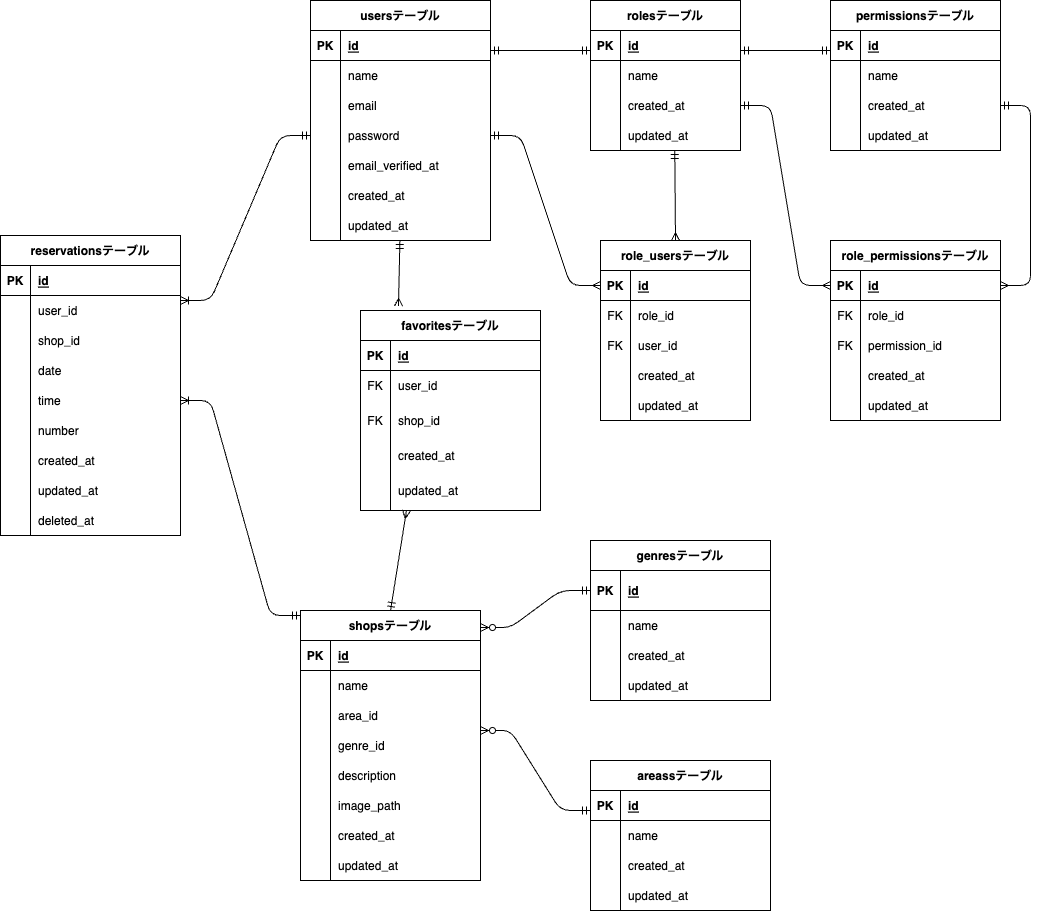
kngshi/sim_rese keeps this draw.io diagram as src/erd.drawio.png. Above is the earlier version. Source tidied: cells renumbered, new cells last; positions are measured from the earlier drawing's top-left corner, leaving out a move shared by most shapes.
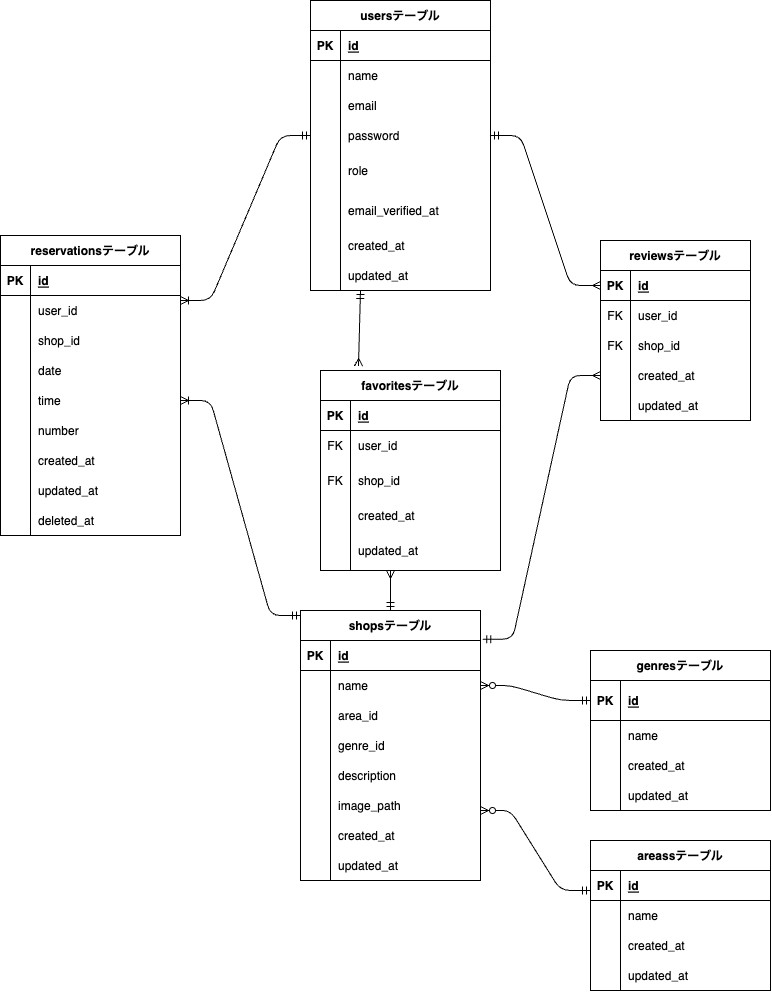
Above is the later version.

What changed in the source:
```diff
@@ -5,3 +5,3 @@
     <mxCell id="2" value="usersテーブル" style="shape=table;startSize=30;rowLines=0;fontStyle=1;align=center;" parent="1" vertex="1">
-      <mxGeometry x="310" width="180" height="240" as="geometry" />
+      <mxGeometry x="310" width="180" height="290" as="geometry" />
     </mxCell>
@@ -43,13 +43,22 @@
     </mxCell>
+    <mxCell id="189" style="shape=tableRow;horizontal=0;startSize=0;swimlaneHead=0;swimlaneBody=0;fillColor=none;top=0;left=0;right=0;bottom=0;" parent="2" vertex="1">
+      <mxGeometry y="150" width="180" height="40" as="geometry" />
+    </mxCell>
+    <mxCell id="190" style="shape=partialRectangle;fillColor=none;top=0;left=0;bottom=0;right=0;overflow=hidden;" parent="189" vertex="1">
+      <mxGeometry width="30" height="40" as="geometry" />
+    </mxCell>
+    <mxCell id="191" value="role" style="shape=partialRectangle;fillColor=none;top=0;left=0;bottom=0;right=0;align=left;spacingLeft=6;overflow=hidden;" parent="189" vertex="1">
+      <mxGeometry x="30" width="150" height="40" as="geometry" />
+    </mxCell>
     <mxCell id="15" style="shape=tableRow;horizontal=0;startSize=0;swimlaneHead=0;swimlaneBody=0;fillColor=none;top=0;left=0;right=0;bottom=0;" parent="2" vertex="1">
-      <mxGeometry y="150" width="180" height="30" as="geometry" />
+      <mxGeometry y="190" width="180" height="40" as="geometry" />
     </mxCell>
     <mxCell id="16" style="shape=partialRectangle;fillColor=none;top=0;left=0;bottom=0;right=0;overflow=hidden;" parent="15" vertex="1">
-      <mxGeometry width="30" height="30" as="geometry" />
+      <mxGeometry width="30" height="40" as="geometry" />
     </mxCell>
     <mxCell id="17" value="email_verified_at" style="shape=partialRectangle;fillColor=none;top=0;left=0;bottom=0;right=0;align=left;spacingLeft=6;overflow=hidden;" parent="15" vertex="1">
-      <mxGeometry x="30" width="150" height="30" as="geometry" />
+      <mxGeometry x="30" width="150" height="40" as="geometry" />
     </mxCell>
     <mxCell id="18" style="shape=tableRow;horizontal=0;startSize=0;swimlaneHead=0;swimlaneBody=0;fillColor=none;top=0;left=0;right=0;bottom=0;" parent="2" vertex="1">
-      <mxGeometry y="180" width="180" height="30" as="geometry" />
+      <mxGeometry y="230" width="180" height="30" as="geometry" />
     </mxCell>
@@ -62,3 +71,3 @@
     <mxCell id="21" style="shape=tableRow;horizontal=0;startSize=0;swimlaneHead=0;swimlaneBody=0;fillColor=none;top=0;left=0;right=0;bottom=0;" parent="2" vertex="1">
-      <mxGeometry y="210" width="180" height="30" as="geometry" />
+      <mxGeometry y="260" width="180" height="30" as="geometry" />
     </mxCell>
@@ -70,82 +79,4 @@
     </mxCell>
-    <mxCell id="24" value="rolesテーブル" style="shape=table;startSize=30;rowLines=0;fontStyle=1;align=center;" parent="1" vertex="1">
-      <mxGeometry x="590" width="150" height="150" as="geometry" />
-    </mxCell>
-    <mxCell id="25" style="shape=tableRow;horizontal=0;startSize=0;swimlaneHead=0;swimlaneBody=0;fillColor=none;top=0;left=0;right=0;bottom=1;" parent="24" vertex="1">
-      <mxGeometry y="30" width="150" height="30" as="geometry" />
-    </mxCell>
-    <mxCell id="26" value="PK" style="shape=partialRectangle;fillColor=none;top=0;left=0;bottom=0;right=0;fontStyle=1;overflow=hidden;" parent="25" vertex="1">
-      <mxGeometry width="30" height="30" as="geometry" />
-    </mxCell>
-    <mxCell id="27" value="id" style="shape=partialRectangle;fillColor=none;top=0;left=0;bottom=0;right=0;align=left;spacingLeft=6;fontStyle=5;overflow=hidden;" parent="25" vertex="1">
-      <mxGeometry x="30" width="120" height="30" as="geometry" />
-    </mxCell>
-    <mxCell id="28" style="shape=tableRow;horizontal=0;startSize=0;swimlaneHead=0;swimlaneBody=0;fillColor=none;top=0;left=0;right=0;bottom=0;" parent="24" vertex="1">
-      <mxGeometry y="60" width="150" height="30" as="geometry" />
-    </mxCell>
-    <mxCell id="29" style="shape=partialRectangle;fillColor=none;top=0;left=0;bottom=0;right=0;overflow=hidden;" parent="28" vertex="1">
-      <mxGeometry width="30" height="30" as="geometry" />
-    </mxCell>
-    <mxCell id="30" value="name" style="shape=partialRectangle;fillColor=none;top=0;left=0;bottom=0;right=0;align=left;spacingLeft=6;overflow=hidden;" parent="28" vertex="1">
-      <mxGeometry x="30" width="120" height="30" as="geometry" />
-    </mxCell>
-    <mxCell id="31" style="shape=tableRow;horizontal=0;startSize=0;swimlaneHead=0;swimlaneBody=0;fillColor=none;points=[[0,0.5],[1,0.5]];portConstraint=eastwest;top=0;left=0;right=0;bottom=0;" parent="24" vertex="1">
-      <mxGeometry y="90" width="150" height="30" as="geometry" />
-    </mxCell>
-    <mxCell id="32" style="shape=partialRectangle;fillColor=none;top=0;left=0;bottom=0;right=0;overflow=hidden;" parent="31" vertex="1">
-      <mxGeometry width="30" height="30" as="geometry" />
-    </mxCell>
-    <mxCell id="33" value="created_at" style="shape=partialRectangle;fillColor=none;top=0;left=0;bottom=0;right=0;align=left;spacingLeft=6;overflow=hidden;" parent="31" vertex="1">
-      <mxGeometry x="30" width="120" height="30" as="geometry" />
-    </mxCell>
-    <mxCell id="34" style="shape=tableRow;horizontal=0;startSize=0;swimlaneHead=0;swimlaneBody=0;fillColor=none;top=0;left=0;right=0;bottom=0;" parent="24" vertex="1">
-      <mxGeometry y="120" width="150" height="30" as="geometry" />
-    </mxCell>
-    <mxCell id="35" style="shape=partialRectangle;fillColor=none;top=0;left=0;bottom=0;right=0;overflow=hidden;" parent="34" vertex="1">
-      <mxGeometry width="30" height="30" as="geometry" />
-    </mxCell>
-    <mxCell id="36" value="updated_at" style="shape=partialRectangle;fillColor=none;top=0;left=0;bottom=0;right=0;align=left;spacingLeft=6;overflow=hidden;" parent="34" vertex="1">
-      <mxGeometry x="30" width="120" height="30" as="geometry" />
-    </mxCell>
-    <mxCell id="37" value="permissionsテーブル" style="shape=table;startSize=30;rowLines=0;fontStyle=1;align=center;" parent="1" vertex="1">
-      <mxGeometry x="830" width="170" height="150" as="geometry" />
-    </mxCell>
-    <mxCell id="38" style="shape=tableRow;horizontal=0;startSize=0;swimlaneHead=0;swimlaneBody=0;fillColor=none;top=0;left=0;right=0;bottom=1;" parent="37" vertex="1">
-      <mxGeometry y="30" width="170" height="30" as="geometry" />
-    </mxCell>
-    <mxCell id="39" value="PK" style="shape=partialRectangle;fillColor=none;top=0;left=0;bottom=0;right=0;fontStyle=1;overflow=hidden;" parent="38" vertex="1">
-      <mxGeometry width="30" height="30" as="geometry" />
-    </mxCell>
-    <mxCell id="40" value="id" style="shape=partialRectangle;fillColor=none;top=0;left=0;bottom=0;right=0;align=left;spacingLeft=6;fontStyle=5;overflow=hidden;" parent="38" vertex="1">
-      <mxGeometry x="30" width="140" height="30" as="geometry" />
-    </mxCell>
-    <mxCell id="41" style="shape=tableRow;horizontal=0;startSize=0;swimlaneHead=0;swimlaneBody=0;fillColor=none;top=0;left=0;right=0;bottom=0;" parent="37" vertex="1">
-      <mxGeometry y="60" width="170" height="30" as="geometry" />
-    </mxCell>
-    <mxCell id="42" style="shape=partialRectangle;fillColor=none;top=0;left=0;bottom=0;right=0;overflow=hidden;" parent="41" vertex="1">
-      <mxGeometry width="30" height="30" as="geometry" />
-    </mxCell>
-    <mxCell id="43" value="name" style="shape=partialRectangle;fillColor=none;top=0;left=0;bottom=0;right=0;align=left;spacingLeft=6;overflow=hidden;" parent="41" vertex="1">
-      <mxGeometry x="30" width="140" height="30" as="geometry" />
-    </mxCell>
-    <mxCell id="44" style="shape=tableRow;horizontal=0;startSize=0;swimlaneHead=0;swimlaneBody=0;fillColor=none;points=[[0,0.5],[1,0.5]];portConstraint=eastwest;top=0;left=0;right=0;bottom=0;" parent="37" vertex="1">
-      <mxGeometry y="90" width="170" height="30" as="geometry" />
-    </mxCell>
-    <mxCell id="45" style="shape=partialRectangle;fillColor=none;top=0;left=0;bottom=0;right=0;overflow=hidden;" parent="44" vertex="1">
-      <mxGeometry width="30" height="30" as="geometry" />
-    </mxCell>
-    <mxCell id="46" value="created_at" style="shape=partialRectangle;fillColor=none;top=0;left=0;bottom=0;right=0;align=left;spacingLeft=6;overflow=hidden;" parent="44" vertex="1">
-      <mxGeometry x="30" width="140" height="30" as="geometry" />
-    </mxCell>
-    <mxCell id="47" style="shape=tableRow;horizontal=0;startSize=0;swimlaneHead=0;swimlaneBody=0;fillColor=none;top=0;left=0;right=0;bottom=0;" parent="37" vertex="1">
-      <mxGeometry y="120" width="170" height="30" as="geometry" />
-    </mxCell>
-    <mxCell id="48" style="shape=partialRectangle;fillColor=none;top=0;left=0;bottom=0;right=0;overflow=hidden;" parent="47" vertex="1">
-      <mxGeometry width="30" height="30" as="geometry" />
-    </mxCell>
-    <mxCell id="49" value="updated_at" style="shape=partialRectangle;fillColor=none;top=0;left=0;bottom=0;right=0;align=left;spacingLeft=6;overflow=hidden;" parent="47" vertex="1">
-      <mxGeometry x="30" width="140" height="30" as="geometry" />
-    </mxCell>
     <mxCell id="50" value="areassテーブル" style="shape=table;startSize=30;rowLines=0;fontStyle=1;align=center;" parent="1" vertex="1">
-      <mxGeometry x="590" y="760" width="180" height="150" as="geometry" />
+      <mxGeometry x="590" y="840" width="180" height="150" as="geometry" />
     </mxCell>
@@ -188,3 +119,3 @@
     <mxCell id="63" value="genresテーブル" style="shape=table;startSize=30;rowLines=0;fontStyle=1;align=center;" parent="1" vertex="1">
-      <mxGeometry x="590" y="540" width="180" height="160" as="geometry" />
+      <mxGeometry x="590" y="650" width="180" height="160" as="geometry" />
     </mxCell>
@@ -226,3 +157,3 @@
     </mxCell>
-    <mxCell id="76" value="role_usersテーブル" style="shape=table;startSize=30;rowLines=0;fontStyle=1;align=center;" parent="1" vertex="1">
+    <mxCell id="76" value="reviewsテーブル" style="shape=table;startSize=30;rowLines=0;fontStyle=1;align=center;" parent="1" vertex="1">
       <mxGeometry x="600" y="240" width="150" height="180" as="geometry" />
@@ -244,3 +175,3 @@
     </mxCell>
-    <mxCell id="82" value="role_id" style="shape=partialRectangle;fillColor=none;top=0;left=0;bottom=0;right=0;align=left;spacingLeft=6;overflow=hidden;" parent="80" vertex="1">
+    <mxCell id="82" value="user_id" style="shape=partialRectangle;fillColor=none;top=0;left=0;bottom=0;right=0;align=left;spacingLeft=6;overflow=hidden;" parent="80" vertex="1">
       <mxGeometry x="30" width="120" height="30" as="geometry" />
@@ -253,3 +184,3 @@
     </mxCell>
-    <mxCell id="85" value="user_id" style="shape=partialRectangle;fillColor=none;top=0;left=0;bottom=0;right=0;align=left;spacingLeft=6;overflow=hidden;" parent="83" vertex="1">
+    <mxCell id="85" value="shop_id" style="shape=partialRectangle;fillColor=none;top=0;left=0;bottom=0;right=0;align=left;spacingLeft=6;overflow=hidden;" parent="83" vertex="1">
       <mxGeometry x="30" width="120" height="30" as="geometry" />
@@ -274,50 +205,2 @@
     </mxCell>
-    <mxCell id="92" value="role_permissionsテーブル" style="shape=table;startSize=30;rowLines=0;fontStyle=1;align=center;" parent="1" vertex="1">
-      <mxGeometry x="830" y="240" width="170" height="180" as="geometry" />
-    </mxCell>
-    <mxCell id="93" style="shape=tableRow;horizontal=0;startSize=0;swimlaneHead=0;swimlaneBody=0;fillColor=none;points=[[0,0.5],[1,0.5]];portConstraint=eastwest;top=0;left=0;right=0;bottom=1;" parent="92" vertex="1">
-      <mxGeometry y="30" width="170" height="30" as="geometry" />
-    </mxCell>
-    <mxCell id="94" value="PK" style="shape=partialRectangle;fillColor=none;top=0;left=0;bottom=0;right=0;fontStyle=1;overflow=hidden;" parent="93" vertex="1">
-      <mxGeometry width="30" height="30" as="geometry" />
-    </mxCell>
-    <mxCell id="95" value="id" style="shape=partialRectangle;fillColor=none;top=0;left=0;bottom=0;right=0;align=left;spacingLeft=6;fontStyle=5;overflow=hidden;" parent="93" vertex="1">
-      <mxGeometry x="30" width="140" height="30" as="geometry" />
-    </mxCell>
-    <mxCell id="96" style="shape=tableRow;horizontal=0;startSize=0;swimlaneHead=0;swimlaneBody=0;fillColor=none;top=0;left=0;right=0;bottom=0;" parent="92" vertex="1">
-      <mxGeometry y="60" width="170" height="30" as="geometry" />
-    </mxCell>
-    <mxCell id="97" value="FK" style="shape=partialRectangle;fillColor=none;top=0;left=0;bottom=0;right=0;overflow=hidden;" parent="96" vertex="1">
-      <mxGeometry width="30" height="30" as="geometry" />
-    </mxCell>
-    <mxCell id="98" value="role_id" style="shape=partialRectangle;fillColor=none;top=0;left=0;bottom=0;right=0;align=left;spacingLeft=6;overflow=hidden;" parent="96" vertex="1">
-      <mxGeometry x="30" width="140" height="30" as="geometry" />
-    </mxCell>
-    <mxCell id="99" style="shape=tableRow;horizontal=0;startSize=0;swimlaneHead=0;swimlaneBody=0;fillColor=none;top=0;left=0;right=0;bottom=0;" parent="92" vertex="1">
-      <mxGeometry y="90" width="170" height="30" as="geometry" />
-    </mxCell>
-    <mxCell id="100" value="FK" style="shape=partialRectangle;fillColor=none;top=0;left=0;bottom=0;right=0;overflow=hidden;" parent="99" vertex="1">
-      <mxGeometry width="30" height="30" as="geometry" />
-    </mxCell>
-    <mxCell id="101" value="permission_id" style="shape=partialRectangle;fillColor=none;top=0;left=0;bottom=0;right=0;align=left;spacingLeft=6;overflow=hidden;" parent="99" vertex="1">
-      <mxGeometry x="30" width="140" height="30" as="geometry" />
-    </mxCell>
-    <mxCell id="102" style="shape=tableRow;horizontal=0;startSize=0;swimlaneHead=0;swimlaneBody=0;fillColor=none;top=0;left=0;right=0;bottom=0;" parent="92" vertex="1">
-      <mxGeometry y="120" width="170" height="30" as="geometry" />
-    </mxCell>
-    <mxCell id="103" style="shape=partialRectangle;fillColor=none;top=0;left=0;bottom=0;right=0;overflow=hidden;" parent="102" vertex="1">
-      <mxGeometry width="30" height="30" as="geometry" />
-    </mxCell>
-    <mxCell id="104" value="created_at" style="shape=partialRectangle;fillColor=none;top=0;left=0;bottom=0;right=0;align=left;spacingLeft=6;overflow=hidden;" parent="102" vertex="1">
-      <mxGeometry x="30" width="140" height="30" as="geometry" />
-    </mxCell>
-    <mxCell id="105" style="shape=tableRow;horizontal=0;startSize=0;swimlaneHead=0;swimlaneBody=0;fillColor=none;top=0;left=0;right=0;bottom=0;" parent="92" vertex="1">
-      <mxGeometry y="150" width="170" height="30" as="geometry" />
-    </mxCell>
-    <mxCell id="106" style="shape=partialRectangle;fillColor=none;top=0;left=0;bottom=0;right=0;overflow=hidden;" parent="105" vertex="1">
-      <mxGeometry width="30" height="30" as="geometry" />
-    </mxCell>
-    <mxCell id="107" value="updated_at" style="shape=partialRectangle;fillColor=none;top=0;left=0;bottom=0;right=0;align=left;spacingLeft=6;overflow=hidden;" parent="105" vertex="1">
-      <mxGeometry x="30" width="140" height="30" as="geometry" />
-    </mxCell>
     <mxCell id="108" value="shopsテーブル" style="shape=table;startSize=30;rowLines=0;fontStyle=1;align=center;" parent="1" vertex="1">
@@ -398,3 +281,3 @@
     <mxCell id="133" value="favoritesテーブル" style="shape=table;startSize=30;rowLines=0;fontStyle=1;align=center;" parent="1" vertex="1">
-      <mxGeometry x="360" y="310" width="180" height="200" as="geometry" />
+      <mxGeometry x="320" y="370" width="180" height="200" as="geometry" />
     </mxCell>
@@ -529,6 +412,4 @@
     </mxCell>
-    <mxCell id="177" style="edgeStyle=entityRelationEdgeStyle;fontSize=12;html=1;endArrow=ERmandOne;startArrow=ERzeroToMany;startFill=0;entryX=0;entryY=0.5;entryDx=0;entryDy=0;" parent="1" edge="1" target="64">
-      <mxGeometry relative="1" as="geometry">
-        <mxPoint x="480" y="627" as="sourcePoint" />
-      </mxGeometry>
+    <mxCell id="177" style="edgeStyle=entityRelationEdgeStyle;fontSize=12;html=1;endArrow=ERmandOne;startArrow=ERzeroToMany;startFill=0;entryX=0;entryY=0.5;entryDx=0;entryDy=0;exitX=1;exitY=0.5;exitDx=0;exitDy=0;" parent="1" edge="1" source="112" target="64">
+      <mxGeometry relative="1" as="geometry" />
     </mxCell>
@@ -536,4 +417,4 @@
       <mxGeometry relative="1" as="geometry">
-        <mxPoint x="480" y="730" as="sourcePoint" />
-        <mxPoint x="590" y="810" as="targetPoint" />
+        <mxPoint x="480" y="810" as="sourcePoint" />
+        <mxPoint x="590" y="890" as="targetPoint" />
       </mxGeometry>
@@ -551,23 +432,5 @@
     </mxCell>
-    <mxCell id="181" style="edgeStyle=entityRelationEdgeStyle;fontSize=12;html=1;endArrow=ERmandOne;startArrow=ERmandOne;" parent="1" edge="1">
-      <mxGeometry relative="1" as="geometry">
-        <mxPoint x="740" y="50" as="sourcePoint" />
-        <mxPoint x="830" y="50" as="targetPoint" />
-      </mxGeometry>
-    </mxCell>
-    <mxCell id="182" style="edgeStyle=entityRelationEdgeStyle;fontSize=12;html=1;endArrow=ERmandOne;startArrow=ERmandOne;" parent="1" edge="1">
-      <mxGeometry relative="1" as="geometry">
-        <mxPoint x="490" y="50" as="sourcePoint" />
-        <mxPoint x="590" y="50" as="targetPoint" />
-      </mxGeometry>
-    </mxCell>
-    <mxCell id="183" style="edgeStyle=entityRelationEdgeStyle;fontSize=12;html=1;endArrow=ERmany;entryX=0;entryY=0.5;entryDx=0;entryDy=0;exitX=1;exitY=0.5;exitDx=0;exitDy=0;startArrow=ERmandOne;startFill=0;" parent="1" edge="1" source="31" target="93">
-      <mxGeometry relative="1" as="geometry" />
-    </mxCell>
-    <mxCell id="184" style="edgeStyle=entityRelationEdgeStyle;fontSize=12;html=1;endArrow=ERmany;entryX=1;entryY=0.5;entryDx=0;entryDy=0;exitX=1;exitY=0.5;exitDx=0;exitDy=0;startArrow=ERmandOne;startFill=0;" parent="1" edge="1" source="44" target="93">
-      <mxGeometry relative="1" as="geometry" />
-    </mxCell>
     <mxCell id="185" style="endArrow=ERmany;html=1;rounded=0;entryX=0.211;entryY=-0.022;entryDx=0;entryDy=0;entryPerimeter=0;endFill=0;startArrow=ERmandOne;startFill=0;" parent="1" edge="1" target="133">
       <mxGeometry relative="1" as="geometry">
-        <mxPoint x="399.4" y="240" as="sourcePoint" />
+        <mxPoint x="360" y="290" as="sourcePoint" />
       </mxGeometry>
@@ -576,10 +439,5 @@
       <mxGeometry relative="1" as="geometry">
-        <mxPoint x="406" y="510" as="sourcePoint" />
+        <mxPoint x="390" y="570" as="sourcePoint" />
       </mxGeometry>
     </mxCell>
-    <mxCell id="187" style="endArrow=ERmany;html=1;rounded=0;entryX=0.5;entryY=0;entryDx=0;entryDy=0;endFill=0;startArrow=ERmandOne;startFill=0;" parent="1" edge="1" target="76">
-      <mxGeometry relative="1" as="geometry">
-        <mxPoint x="674.3" y="150" as="sourcePoint" />
-      </mxGeometry>
-    </mxCell>
     <mxCell id="188" style="edgeStyle=entityRelationEdgeStyle;fontSize=12;html=1;endArrow=ERmany;entryX=0;entryY=0.5;entryDx=0;entryDy=0;exitX=1;exitY=0.5;exitDx=0;exitDy=0;startArrow=ERmandOne;startFill=0;" parent="1" edge="1" source="12" target="77">
@@ -587,2 +445,5 @@
     </mxCell>
+    <mxCell id="192" style="edgeStyle=entityRelationEdgeStyle;fontSize=12;html=1;endArrow=ERmany;exitX=1.012;exitY=-0.044;exitDx=0;exitDy=0;startArrow=ERmandOne;startFill=0;exitPerimeter=0;entryX=0;entryY=0.5;entryDx=0;entryDy=0;" parent="1" edge="1" source="109" target="86">
+      <mxGeometry relative="1" as="geometry" />
+    </mxCell>
   </root>
```
